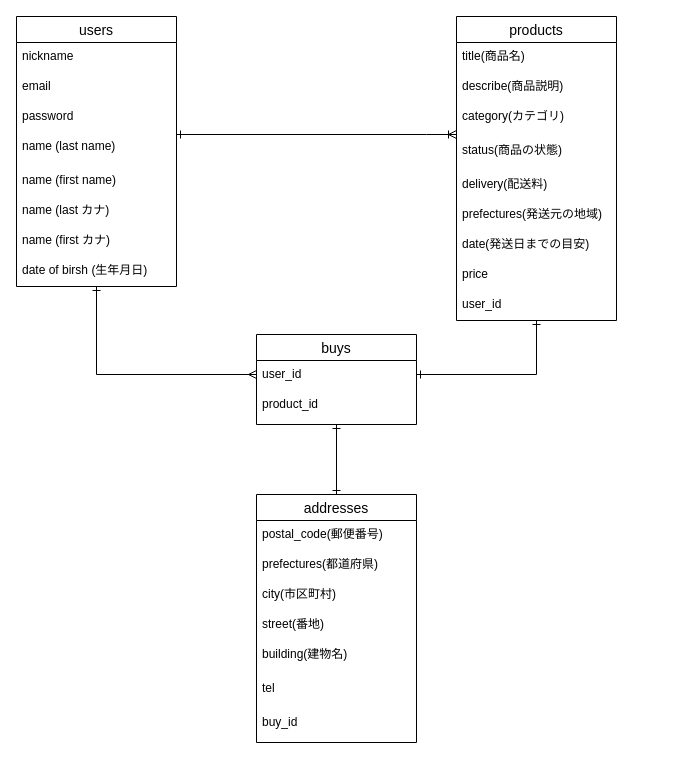
Before: furima.dio in su-uu/furima-34975, a draw.io diagram. Source tidied: cells renumbered, new cells numbered last; positions are measured from the earlier drawing's top-left corner, leaving out a move shared by most shapes. Both pictures are drawn from the tidied source at 100%, with x=0, y=0 at pixel (16, 16).
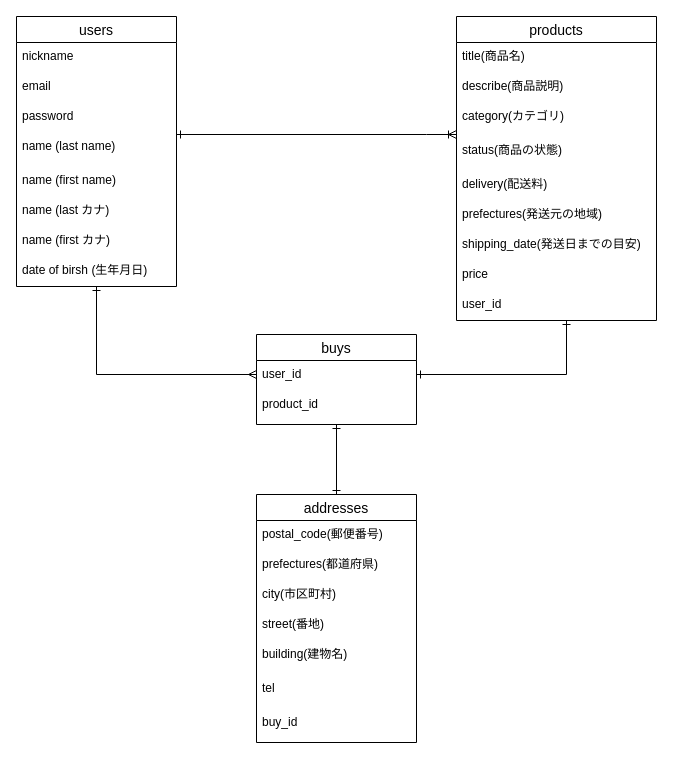
The same diagram, later.

Commit message (it also covers changes not shown here):
コードレビューの指摘の修正4

The change refers to these unchanged cells:
```xml
<mxCell id="23" value="buys" style="swimlane;fontStyle=0;horizontal=1;startSize=26;align=center;fontSize=14;" parent="1" vertex="1">
  <mxGeometry x="240" y="318" width="160" height="90" as="geometry" />
</mxCell>
```

What changed in the source:
```diff
@@
     <mxCell id="12" value="products" style="swimlane;fontStyle=0;horizontal=1;startSize=26;align=center;fontSize=14;" parent="1" vertex="1">
-      <mxGeometry x="440" width="160" height="304" as="geometry" />
+      <mxGeometry x="440" width="200" height="304" as="geometry" />
     </mxCell>
     <mxCell id="13" value="title(商品名)" style="text;strokeColor=none;fillColor=none;spacingLeft=4;spacingRight=4;overflow=hidden;fontSize=12;" parent="12" vertex="1">
-      <mxGeometry y="26" width="160" height="30" as="geometry" />
+      <mxGeometry y="26" width="200" height="30" as="geometry" />
     </mxCell>
     <mxCell id="14" value="describe(商品説明)&#10;" style="text;strokeColor=none;fillColor=none;spacingLeft=4;spacingRight=4;overflow=hidden;fontSize=12;" parent="12" vertex="1">
-      <mxGeometry y="56" width="160" height="30" as="geometry" />
+      <mxGeometry y="56" width="200" height="30" as="geometry" />
     </mxCell>
     <mxCell id="15" value="category(カテゴリ)" style="text;strokeColor=none;fillColor=none;spacingLeft=4;spacingRight=4;overflow=hidden;fontSize=12;" parent="12" vertex="1">
-      <mxGeometry y="86" width="160" height="34" as="geometry" />
+      <mxGeometry y="86" width="200" height="34" as="geometry" />
     </mxCell>
     <mxCell id="16" value="status(商品の状態)" style="text;strokeColor=none;fillColor=none;spacingLeft=4;spacingRight=4;overflow=hidden;fontSize=12;" parent="12" vertex="1">
-      <mxGeometry y="120" width="160" height="34" as="geometry" />
+      <mxGeometry y="120" width="200" height="34" as="geometry" />
     </mxCell>
     <mxCell id="17" value="delivery(配送料)" style="text;strokeColor=none;fillColor=none;spacingLeft=4;spacingRight=4;overflow=hidden;fontSize=12;" parent="12" vertex="1">
-      <mxGeometry y="154" width="160" height="30" as="geometry" />
+      <mxGeometry y="154" width="200" height="30" as="geometry" />
     </mxCell>
     <mxCell id="18" value="prefectures(発送元の地域)" style="text;strokeColor=none;fillColor=none;spacingLeft=4;spacingRight=4;overflow=hidden;fontSize=12;" parent="12" vertex="1">
-      <mxGeometry y="184" width="160" height="30" as="geometry" />
+      <mxGeometry y="184" width="200" height="30" as="geometry" />
     </mxCell>
-    <mxCell id="19" value="date(発送日までの目安)" style="text;strokeColor=none;fillColor=none;spacingLeft=4;spacingRight=4;overflow=hidden;fontSize=12;" parent="12" vertex="1">
-      <mxGeometry y="214" width="160" height="30" as="geometry" />
+    <mxCell id="19" value="shipping_date(発送日までの目安)" style="text;strokeColor=none;fillColor=none;spacingLeft=4;spacingRight=4;overflow=hidden;fontSize=12;" parent="12" vertex="1">
+      <mxGeometry y="214" width="200" height="30" as="geometry" />
     </mxCell>
     <mxCell id="20" value="price" style="text;strokeColor=none;fillColor=none;spacingLeft=4;spacingRight=4;overflow=hidden;fontSize=12;" parent="12" vertex="1">
-      <mxGeometry y="244" width="160" height="30" as="geometry" />
+      <mxGeometry y="244" width="200" height="30" as="geometry" />
     </mxCell>
     <mxCell id="21" value="user_id" style="text;strokeColor=none;fillColor=none;spacingLeft=4;spacingRight=4;overflow=hidden;points=[[0,0.5],[1,0.5]];portConstraint=eastwest;fontSize=12;" parent="12" vertex="1">
-      <mxGeometry y="274" width="160" height="30" as="geometry" />
+      <mxGeometry y="274" width="200" height="30" as="geometry" />
     </mxCell>
     <mxCell id="22" style="edgeStyle=orthogonalEdgeStyle;rounded=0;jettySize=auto;html=1;startArrow=ERone;startFill=0;endArrow=ERone;endFill=0;targetPerimeterSpacing=0;" parent="1" edge="1" source="23" target="21">
       <mxGeometry relative="1" as="geometry">
         <Array as="points">
-          <mxPoint x="520" y="358" />
+          <mxPoint x="550" y="358" />
         </Array>
       </mxGeometry>
     </mxCell>
```
